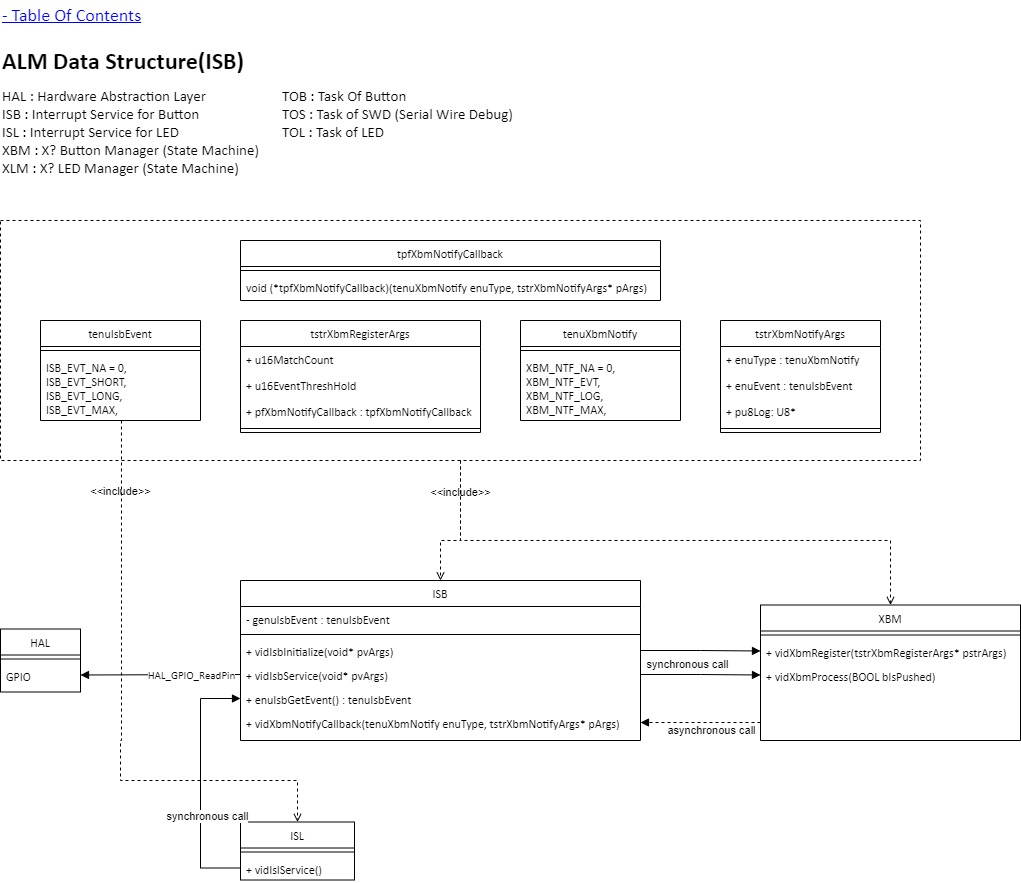
gtuja/CSC_MS keeps this draw.io diagram as Resources/Part2/Part2_ALM_DataStructure_ISB.drawio.png. Above is the earlier version. Source tidied: cells renumbered, new cells last; positions are measured from the earlier drawing's top-left corner, leaving out a move shared by most shapes.
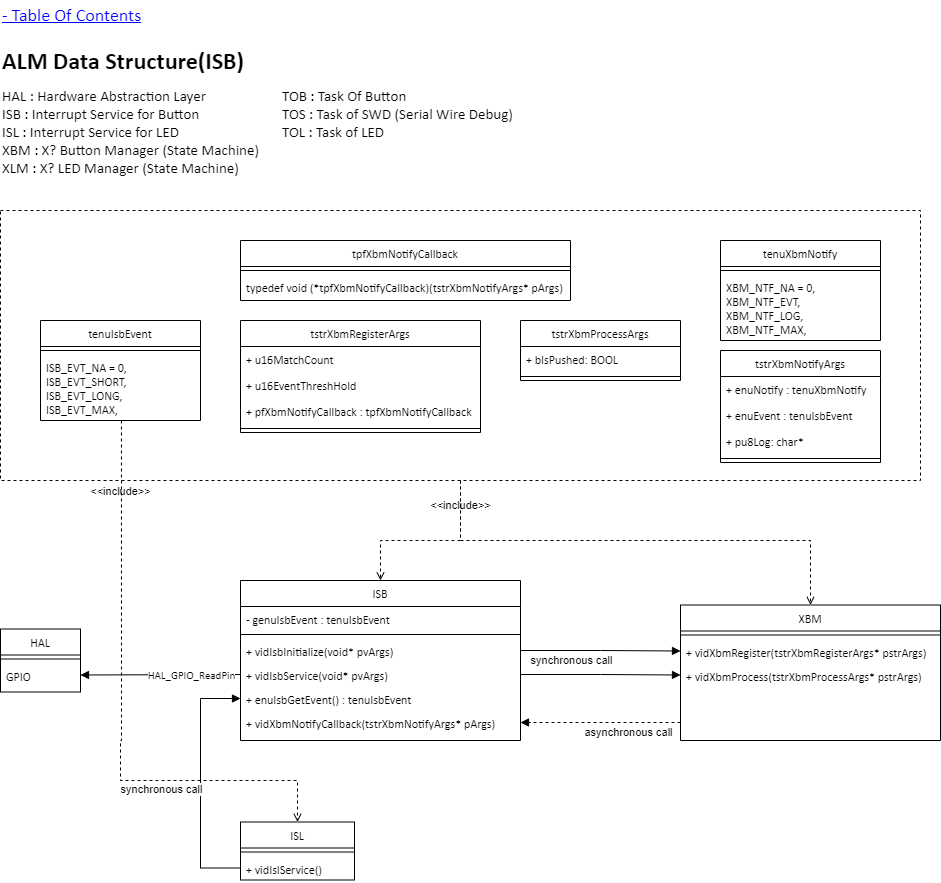
The same diagram one commit later.

Change to the diagram source:
```diff
@@ -21,25 +21,25 @@
       <mxGeometry y="34" width="160" height="66" as="geometry" />
     </mxCell>
     <mxCell id="8" value="ISB" style="swimlane;fontStyle=0;align=center;verticalAlign=top;horizontal=1;startSize=26;rounded=0;shadow=0;strokeWidth=1;fontFamily=Calibri;" parent="1" vertex="1">
-      <mxGeometry x="240" y="580" width="400" height="160" as="geometry" />
+      <mxGeometry x="240" y="580" width="280" height="160" as="geometry" />
     </mxCell>
     <mxCell id="9" value="- genuIsbEvent : tenuIsbEvent" style="text;align=left;verticalAlign=top;spacingLeft=4;spacingRight=4;overflow=hidden;fontFamily=Calibri;" parent="8" vertex="1">
-      <mxGeometry y="26" width="400" height="24" as="geometry" />
+      <mxGeometry y="26" width="280" height="24" as="geometry" />
     </mxCell>
     <mxCell id="10" style="line;html=1;strokeWidth=1;align=left;verticalAlign=middle;spacingTop=-1;spacingLeft=3;spacingRight=3;labelPosition=right;fontFamily=Calibri;" parent="8" vertex="1">
-      <mxGeometry y="50" width="400" height="8" as="geometry" />
+      <mxGeometry y="50" width="280" height="8" as="geometry" />
     </mxCell>
     <mxCell id="11" value="+ vidIsbInitialize(void* pvArgs)" style="text;align=left;verticalAlign=top;spacingLeft=4;spacingRight=4;overflow=hidden;points=[[0,0.5],[1,0.5]];portConstraint=eastwest;fontFamily=Calibri;" parent="8" vertex="1">
-      <mxGeometry y="58" width="400" height="24" as="geometry" />
+      <mxGeometry y="58" width="280" height="24" as="geometry" />
     </mxCell>
     <mxCell id="12" value="+ vidIsbService(void* pvArgs)" style="text;align=left;verticalAlign=top;spacingLeft=4;spacingRight=4;overflow=hidden;points=[[0,0.5],[1,0.5]];portConstraint=eastwest;fontFamily=Calibri;" parent="8" vertex="1">
-      <mxGeometry y="82" width="400" height="24" as="geometry" />
+      <mxGeometry y="82" width="280" height="24" as="geometry" />
     </mxCell>
     <mxCell id="13" value="+ enuIsbGetEvent() : tenuIsbEvent" style="text;align=left;verticalAlign=top;spacingLeft=4;spacingRight=4;overflow=hidden;points=[[0,0.5],[1,0.5]];portConstraint=eastwest;fontFamily=Calibri;" parent="8" vertex="1">
-      <mxGeometry y="106" width="400" height="24" as="geometry" />
+      <mxGeometry y="106" width="280" height="24" as="geometry" />
     </mxCell>
-    <mxCell id="14" value="+ vidXbmNotifyCallback(tenuXbmNotify enuType, tstrXbmNotifyArgs* pArgs)" style="text;align=left;verticalAlign=top;spacingLeft=4;spacingRight=4;overflow=hidden;points=[[0,0.5],[1,0.5]];portConstraint=eastwest;fontFamily=Calibri;" parent="8" vertex="1">
-      <mxGeometry y="130" width="400" height="24" as="geometry" />
+    <mxCell id="14" value="+ vidXbmNotifyCallback(tstrXbmNotifyArgs* pArgs)" style="text;align=left;verticalAlign=top;spacingLeft=4;spacingRight=4;overflow=hidden;points=[[0,0.5],[1,0.5]];portConstraint=eastwest;fontFamily=Calibri;" parent="8" vertex="1">
+      <mxGeometry y="130" width="280" height="24" as="geometry" />
     </mxCell>
     <mxCell id="15" value="ISL" style="swimlane;fontStyle=0;align=center;verticalAlign=top;horizontal=1;startSize=26;rounded=0;shadow=0;strokeWidth=1;fontFamily=Calibri;" parent="1" vertex="1">
       <mxGeometry x="240" y="821.5" width="114" height="58" as="geometry" />
@@ -54,7 +54,7 @@
       <mxGeometry width="240" height="30" as="geometry" />
     </mxCell>
     <mxCell id="19" value="XBM" style="swimlane;fontStyle=0;align=center;verticalAlign=top;horizontal=1;startSize=26;rounded=0;shadow=0;strokeWidth=1;fontFamily=Calibri;" parent="1" vertex="1">
-      <mxGeometry x="760" y="604.5" width="260" height="135.5" as="geometry" />
+      <mxGeometry x="680" y="604.5" width="260" height="135.5" as="geometry" />
     </mxCell>
     <mxCell id="20" style="line;html=1;strokeWidth=1;align=left;verticalAlign=middle;spacingTop=-1;spacingLeft=3;spacingRight=3;labelPosition=right;fontFamily=Calibri;" parent="19" vertex="1">
       <mxGeometry y="26" width="260" height="8" as="geometry" />
@@ -62,7 +62,7 @@
     <mxCell id="21" value="+ vidXbmRegister(tstrXbmRegisterArgs* pstrArgs)" style="text;align=left;verticalAlign=top;spacingLeft=4;spacingRight=4;overflow=hidden;points=[[0,0.5],[1,0.5]];portConstraint=eastwest;fontFamily=Calibri;" parent="19" vertex="1">
       <mxGeometry y="34" width="260" height="24" as="geometry" />
     </mxCell>
-    <mxCell id="22" value="+ vidXbmProcess(BOOL bIsPushed)" style="text;align=left;verticalAlign=top;spacingLeft=4;spacingRight=4;overflow=hidden;points=[[0,0.5],[1,0.5]];portConstraint=eastwest;fontFamily=Calibri;" parent="19" vertex="1">
+    <mxCell id="22" value="+ vidXbmProcess(tstrXbmProcessArgs* pstrArgs)" style="text;align=left;verticalAlign=top;spacingLeft=4;spacingRight=4;overflow=hidden;points=[[0,0.5],[1,0.5]];portConstraint=eastwest;fontFamily=Calibri;" parent="19" vertex="1">
       <mxGeometry y="58" width="260" height="24" as="geometry" />
     </mxCell>
     <mxCell id="23" value="HAL" style="swimlane;fontStyle=0;align=center;verticalAlign=top;horizontal=1;startSize=26;rounded=0;shadow=0;strokeWidth=1;fontFamily=Calibri;" parent="1" vertex="1">
@@ -92,11 +92,11 @@
     </mxCell>
     <mxCell id="29" value="asynchronous call" style="edgeLabel;html=1;align=center;verticalAlign=middle;" parent="28" vertex="1">
       <mxGeometry x="0.37" y="1" relative="1" as="geometry">
-        <mxPoint x="511" y="-7" as="offset" />
+        <mxPoint x="428" y="-5" as="offset" />
       </mxGeometry>
     </mxCell>
     <mxCell id="30" value="tenuXbmNotify" style="swimlane;fontStyle=0;align=center;verticalAlign=top;horizontal=1;startSize=26;rounded=0;shadow=0;strokeWidth=1;fontFamily=Calibri;" parent="1" vertex="1">
-      <mxGeometry x="520" y="320" width="160" height="100" as="geometry" />
+      <mxGeometry x="720" y="240" width="160" height="100" as="geometry" />
     </mxCell>
     <mxCell id="31" style="line;html=1;strokeWidth=1;align=left;verticalAlign=middle;spacingTop=-1;spacingLeft=3;spacingRight=3;labelPosition=right;fontFamily=Calibri;" parent="30" vertex="1">
       <mxGeometry y="26" width="160" height="8" as="geometry" />
@@ -105,15 +105,15 @@
       <mxGeometry y="34" width="160" height="66" as="geometry" />
     </mxCell>
     <mxCell id="33" value="tstrXbmNotifyArgs" style="swimlane;fontStyle=0;align=center;verticalAlign=top;horizontal=1;startSize=26;rounded=0;shadow=0;strokeWidth=1;fontFamily=Calibri;" parent="1" vertex="1">
-      <mxGeometry x="720" y="320" width="160" height="112" as="geometry" />
+      <mxGeometry x="720" y="350" width="160" height="112" as="geometry" />
     </mxCell>
-    <mxCell id="34" value="+ enuType : tenuXbmNotify" style="text;align=left;verticalAlign=top;spacingLeft=4;spacingRight=4;overflow=hidden;fontFamily=Calibri;" parent="33" vertex="1">
+    <mxCell id="34" value="+ enuNotify : tenuXbmNotify" style="text;align=left;verticalAlign=top;spacingLeft=4;spacingRight=4;overflow=hidden;fontFamily=Calibri;" parent="33" vertex="1">
       <mxGeometry y="26" width="160" height="26" as="geometry" />
     </mxCell>
     <mxCell id="35" value="+ enuEvent : tenuIsbEvent" style="text;align=left;verticalAlign=top;spacingLeft=4;spacingRight=4;overflow=hidden;rounded=0;shadow=0;html=0;fontFamily=Calibri;" parent="33" vertex="1">
       <mxGeometry y="52" width="160" height="26" as="geometry" />
     </mxCell>
-    <mxCell id="36" value="+ pu8Log: U8* " style="text;align=left;verticalAlign=top;spacingLeft=4;spacingRight=4;overflow=hidden;rounded=0;shadow=0;html=0;fontFamily=Calibri;" parent="33" vertex="1">
+    <mxCell id="36" value="+ pu8Log: char* " style="text;align=left;verticalAlign=top;spacingLeft=4;spacingRight=4;overflow=hidden;rounded=0;shadow=0;html=0;fontFamily=Calibri;" parent="33" vertex="1">
       <mxGeometry y="78" width="160" height="26" as="geometry" />
     </mxCell>
     <mxCell id="37" style="line;html=1;strokeWidth=1;align=left;verticalAlign=middle;spacingTop=-1;spacingLeft=3;spacingRight=3;labelPosition=right;fontFamily=Calibri;" parent="33" vertex="1">
@@ -121,14 +121,14 @@
     </mxCell>
     <mxCell id="38" style="html=1;verticalAlign=bottom;labelBackgroundColor=none;endArrow=block;endFill=1;rounded=0;entryX=1;entryY=0.5;entryDx=0;entryDy=0;dashed=1;fontFamily=Calibri;edgeStyle=orthogonalEdgeStyle;" parent="1" edge="1" target="14">
       <mxGeometry relative="1" as="geometry">
-        <mxPoint x="760" y="722" as="sourcePoint" />
+        <mxPoint x="680" y="722" as="sourcePoint" />
         <Array as="points">
-          <mxPoint x="700" y="722" />
+          <mxPoint x="680" y="722" />
         </Array>
       </mxGeometry>
     </mxCell>
     <mxCell id="39" value="synchronous call" style="edgeLabel;html=1;align=center;verticalAlign=middle;" parent="1" vertex="1">
-      <mxGeometry x="690" y="640" as="geometry">
+      <mxGeometry x="574" y="636" as="geometry">
         <mxPoint x="-4" y="24" as="offset" />
       </mxGeometry>
     </mxCell>
@@ -151,13 +151,13 @@
       <mxGeometry y="104" width="240" height="8" as="geometry" />
     </mxCell>
     <mxCell id="46" value="tpfXbmNotifyCallback" style="swimlane;fontStyle=0;align=center;verticalAlign=top;horizontal=1;startSize=26;rounded=0;shadow=0;strokeWidth=1;fontFamily=Calibri;" parent="1" vertex="1">
-      <mxGeometry x="240" y="240" width="420" height="60" as="geometry" />
+      <mxGeometry x="240" y="240" width="330" height="60" as="geometry" />
     </mxCell>
     <mxCell id="47" style="line;html=1;strokeWidth=1;align=left;verticalAlign=middle;spacingTop=-1;spacingLeft=3;spacingRight=3;labelPosition=right;fontFamily=Calibri;" parent="46" vertex="1">
-      <mxGeometry y="26" width="420" height="8" as="geometry" />
+      <mxGeometry y="26" width="330" height="8" as="geometry" />
     </mxCell>
-    <mxCell id="48" value="void (*tpfXbmNotifyCallback)(tenuXbmNotify enuType, tstrXbmNotifyArgs* pArgs)" style="text;align=left;verticalAlign=top;spacingLeft=4;spacingRight=4;overflow=hidden;fontFamily=Calibri;" parent="46" vertex="1">
-      <mxGeometry y="34" width="420" height="26" as="geometry" />
+    <mxCell id="48" value="typedef void (*tpfXbmNotifyCallback)(tstrXbmNotifyArgs* pArgs)" style="text;align=left;verticalAlign=top;spacingLeft=4;spacingRight=4;overflow=hidden;fontFamily=Calibri;" parent="46" vertex="1">
+      <mxGeometry y="34" width="330" height="26" as="geometry" />
     </mxCell>
     <mxCell id="49" value="&amp;lt;&amp;lt;include&amp;gt;&amp;gt;" style="html=1;verticalAlign=bottom;labelBackgroundColor=none;endArrow=open;endFill=0;dashed=1;rounded=0;entryX=0.5;entryY=0;entryDx=0;entryDy=0;edgeStyle=orthogonalEdgeStyle;exitX=0.506;exitY=1;exitDx=0;exitDy=0;exitPerimeter=0;" parent="1" edge="1" source="7" target="15">
       <mxGeometry x="-0.72" y="-1" relative="1" as="geometry">
@@ -171,19 +171,19 @@
     </mxCell>
     <mxCell id="50" value="&amp;lt;&amp;lt;include&amp;gt;&amp;gt;" style="html=1;verticalAlign=bottom;labelBackgroundColor=none;endArrow=open;endFill=0;dashed=1;rounded=0;entryX=0.5;entryY=0;entryDx=0;entryDy=0;edgeStyle=orthogonalEdgeStyle;exitX=0.5;exitY=1;exitDx=0;exitDy=0;" parent="1" edge="1" target="19">
       <mxGeometry x="-0.86" relative="1" as="geometry">
-        <mxPoint x="460" y="460" as="sourcePoint" />
+        <mxPoint x="460" y="480" as="sourcePoint" />
         <Array as="points">
           <mxPoint x="460" y="540" />
-          <mxPoint x="890" y="540" />
+          <mxPoint x="810" y="540" />
         </Array>
       </mxGeometry>
     </mxCell>
     <mxCell id="51" style="html=1;verticalAlign=bottom;labelBackgroundColor=none;endArrow=open;endFill=0;dashed=1;rounded=0;entryX=0.5;entryY=0;entryDx=0;entryDy=0;edgeStyle=orthogonalEdgeStyle;exitX=0.5;exitY=1;exitDx=0;exitDy=0;" parent="1" edge="1" target="8">
       <mxGeometry x="-0.88" y="-1" relative="1" as="geometry">
-        <mxPoint x="460" y="460" as="sourcePoint" />
+        <mxPoint x="460" y="480" as="sourcePoint" />
         <Array as="points">
           <mxPoint x="460" y="540" />
-          <mxPoint x="440" y="540" />
+          <mxPoint x="380" y="540" />
         </Array>
       </mxGeometry>
     </mxCell>
@@ -191,12 +191,21 @@
       <mxGeometry relative="1" as="geometry" />
     </mxCell>
     <mxCell id="53" value="synchronous call" style="edgeLabel;html=1;align=center;verticalAlign=middle;" parent="1" vertex="1">
-      <mxGeometry x="210" y="791.5" as="geometry">
+      <mxGeometry x="164" y="764.5" as="geometry">
         <mxPoint x="-4" y="24" as="offset" />
       </mxGeometry>
     </mxCell>
-    <mxCell id="54" style="rounded=0;whiteSpace=wrap;html=1;fillColor=none;dashed=1;" parent="1" vertex="1">
-      <mxGeometry y="220" width="920" height="240" as="geometry" />
-    </mxCell>
+    <mxCell id="55" value="tstrXbmProcessArgs" style="swimlane;fontStyle=0;align=center;verticalAlign=top;horizontal=1;startSize=26;rounded=0;shadow=0;strokeWidth=1;fontFamily=Calibri;" parent="1" vertex="1">
+      <mxGeometry x="520" y="320" width="160" height="60" as="geometry" />
+    </mxCell>
+    <mxCell id="56" value="+ bIsPushed: BOOL" style="text;align=left;verticalAlign=top;spacingLeft=4;spacingRight=4;overflow=hidden;rounded=0;shadow=0;html=0;fontFamily=Calibri;" parent="55" vertex="1">
+      <mxGeometry y="26" width="160" height="26" as="geometry" />
+    </mxCell>
+    <mxCell id="57" style="line;html=1;strokeWidth=1;align=left;verticalAlign=middle;spacingTop=-1;spacingLeft=3;spacingRight=3;labelPosition=right;fontFamily=Calibri;" parent="55" vertex="1">
+      <mxGeometry y="52" width="160" height="8" as="geometry" />
+    </mxCell>
+    <mxCell id="58" style="rounded=0;whiteSpace=wrap;html=1;fillColor=none;dashed=1;" parent="1" vertex="1">
+      <mxGeometry y="210" width="920" height="270" as="geometry" />
+    </mxCell>
   </root>
 </mxGraphModel>
```
